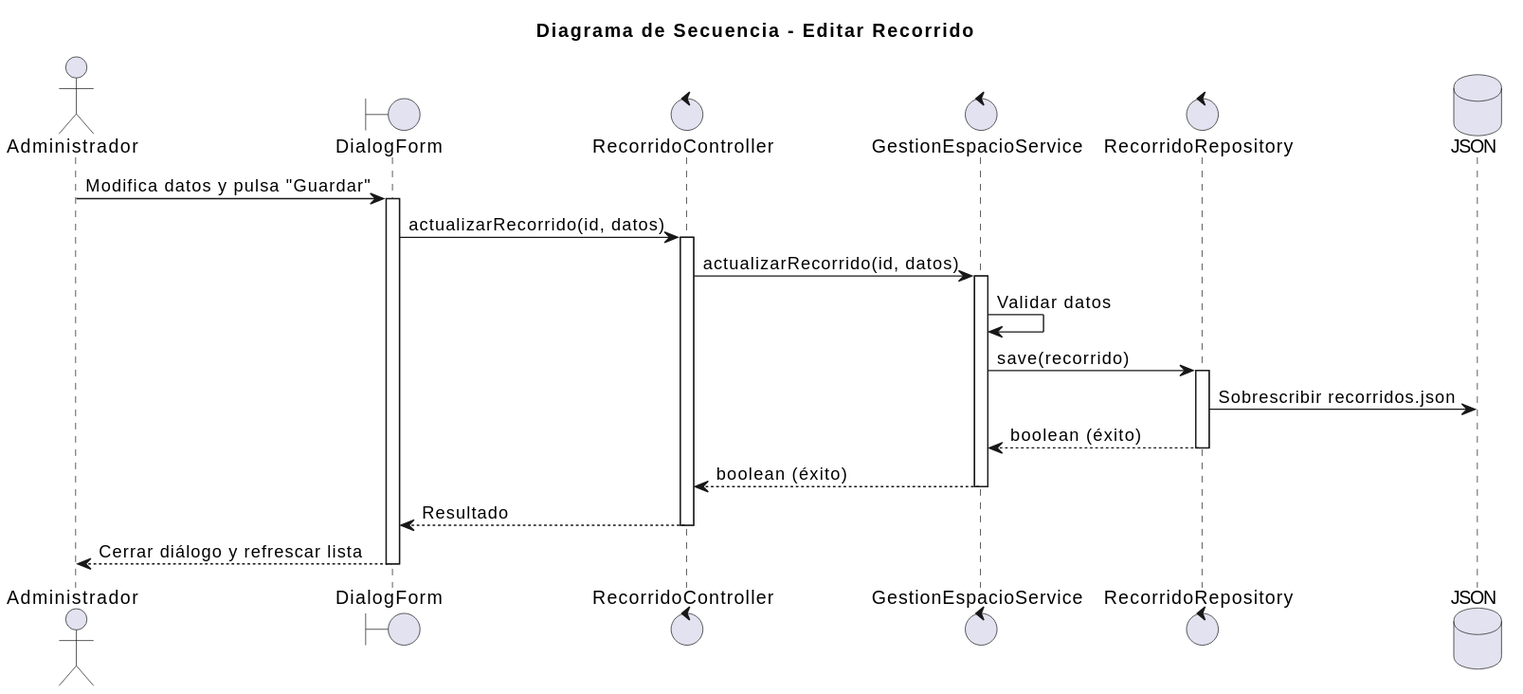
Above: images/02-diseño/00-Administrador/editarRecorrido/editarRecorrido.svg in mmasias/25-26-idsw2-sdVC (PlantUML), before the change.
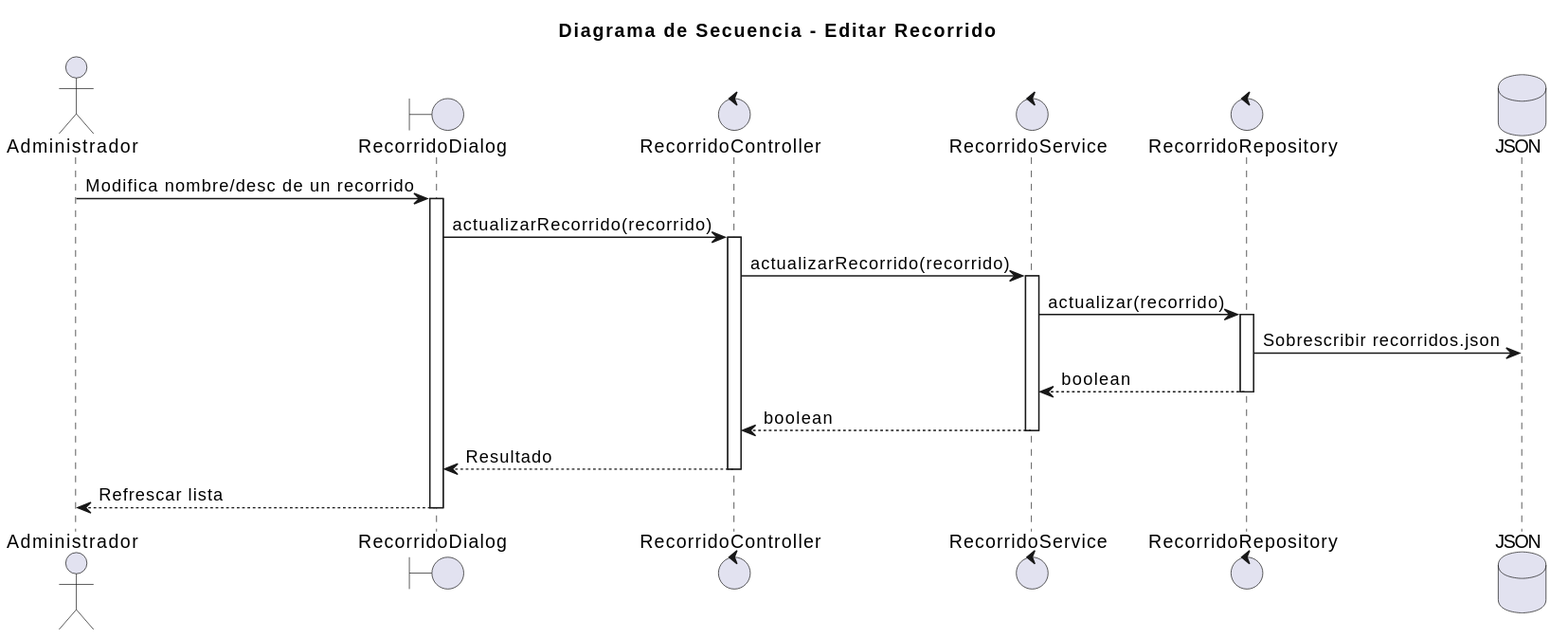
The same diagram one commit later.

The edit, as a diff of the source:
```diff
@@ -2,28 +2,27 @@
 title "Diagrama de Secuencia - Editar Recorrido"
 
 actor "Administrador" as admin
-boundary "DialogForm" as view
+boundary "RecorridoDialog" as view
 control "RecorridoController" as controller
-control "GestionEspacioService" as service
+control "RecorridoService" as service
 control "RecorridoRepository" as repository
 database "JSON" as db
 
-admin -> view: Modifica datos y pulsa "Guardar"
+admin -> view: Modifica nombre/desc de un recorrido
 activate view
-view -> controller: actualizarRecorrido(id, datos)
+view -> controller: actualizarRecorrido(recorrido)
 activate controller
-controller -> service: actualizarRecorrido(id, datos)
+controller -> service: actualizarRecorrido(recorrido)
 activate service
-service -> service: Validar datos
-service -> repository: save(recorrido)
+service -> repository: actualizar(recorrido)
 activate repository
 repository -> db: Sobrescribir recorridos.json
-repository --> service: boolean (éxito)
+repository --> service: boolean
 deactivate repository
-service --> controller: boolean (éxito)
+service --> controller: boolean
 deactivate service
 controller --> view: Resultado
 deactivate controller
-view --> admin: Cerrar diálogo y refrescar lista
+view --> admin: Refrescar lista
 deactivate view
 @enduml
```
